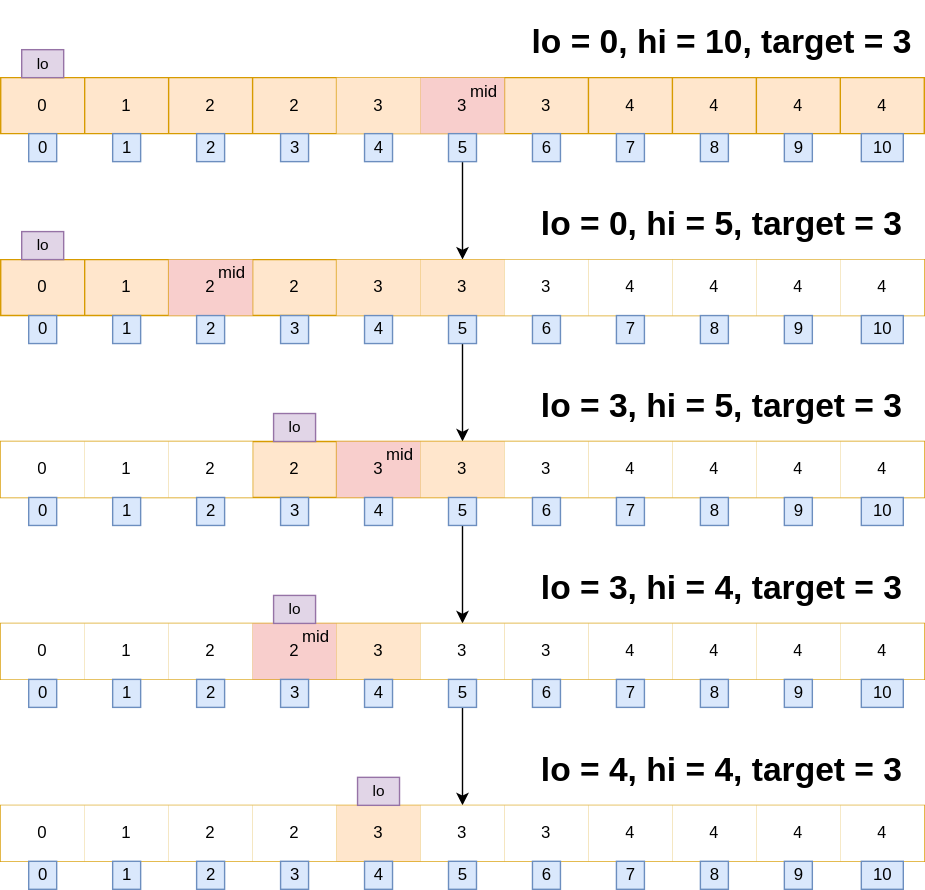
Above: blog-img/二分查找最小索引.svg in fioepq9/note-img (draw.io), before the change. Source tidied: cells renumbered, new cells last; positions are measured from the earlier drawing's top-left corner, leaving out a move shared by most shapes.
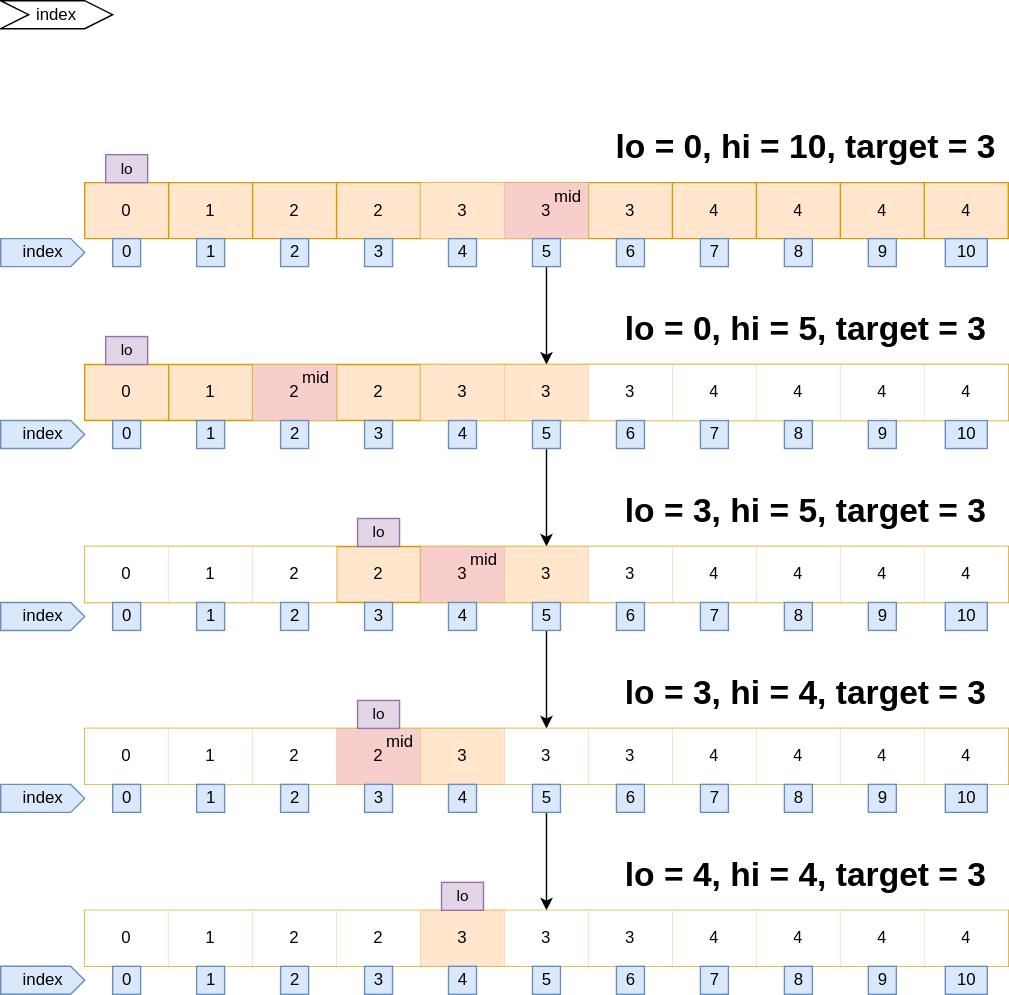
After the commit.

Commit message:
Update 二分查找最小索引.svg

The edit, as a diff of the source:
```diff
@@ -416,5 +416,23 @@
     <mxCell id="139" value="&lt;font color=&quot;#000000&quot;&gt;lo&lt;/font&gt;" style="text;html=1;align=center;verticalAlign=middle;strokeColor=#9673a6;fillColor=#e1d5e7;fontSize=11;" parent="1" vertex="1">
       <mxGeometry x="255" y="550" width="30" height="20" as="geometry" />
     </mxCell>
+    <mxCell id="140" value="index" style="shape=step;perimeter=stepPerimeter;whiteSpace=wrap;html=1;fixedSize=1;" parent="1" vertex="1">
+      <mxGeometry x="-60" y="-80" width="80" height="20" as="geometry" />
+    </mxCell>
+    <mxCell id="141" value="index" style="html=1;shadow=0;dashed=0;align=center;verticalAlign=middle;shape=mxgraph.arrows2.arrow;dy=0;dx=10;notch=0;fontFamily=Helvetica;fontSize=12;strokeColor=#6c8ebf;fillColor=#dae8fc;" parent="1" vertex="1">
+      <mxGeometry x="-60" y="90" width="60" height="20" as="geometry" />
+    </mxCell>
+    <mxCell id="142" value="index" style="html=1;shadow=0;dashed=0;align=center;verticalAlign=middle;shape=mxgraph.arrows2.arrow;dy=0;dx=10;notch=0;fontFamily=Helvetica;fontSize=12;strokeColor=#6c8ebf;fillColor=#dae8fc;" parent="1" vertex="1">
+      <mxGeometry x="-60" y="220" width="60" height="20" as="geometry" />
+    </mxCell>
+    <mxCell id="143" value="index" style="html=1;shadow=0;dashed=0;align=center;verticalAlign=middle;shape=mxgraph.arrows2.arrow;dy=0;dx=10;notch=0;fontFamily=Helvetica;fontSize=12;strokeColor=#6c8ebf;fillColor=#dae8fc;" parent="1" vertex="1">
+      <mxGeometry x="-60" y="350" width="60" height="20" as="geometry" />
+    </mxCell>
+    <mxCell id="144" value="index" style="html=1;shadow=0;dashed=0;align=center;verticalAlign=middle;shape=mxgraph.arrows2.arrow;dy=0;dx=10;notch=0;fontFamily=Helvetica;fontSize=12;strokeColor=#6c8ebf;fillColor=#dae8fc;" parent="1" vertex="1">
+      <mxGeometry x="-60" y="480" width="60" height="20" as="geometry" />
+    </mxCell>
+    <mxCell id="145" value="index" style="html=1;shadow=0;dashed=0;align=center;verticalAlign=middle;shape=mxgraph.arrows2.arrow;dy=0;dx=10;notch=0;fontFamily=Helvetica;fontSize=12;strokeColor=#6c8ebf;fillColor=#dae8fc;" parent="1" vertex="1">
+      <mxGeometry x="-60" y="610" width="60" height="20" as="geometry" />
+    </mxCell>
   </root>
 </mxGraphModel>
```
